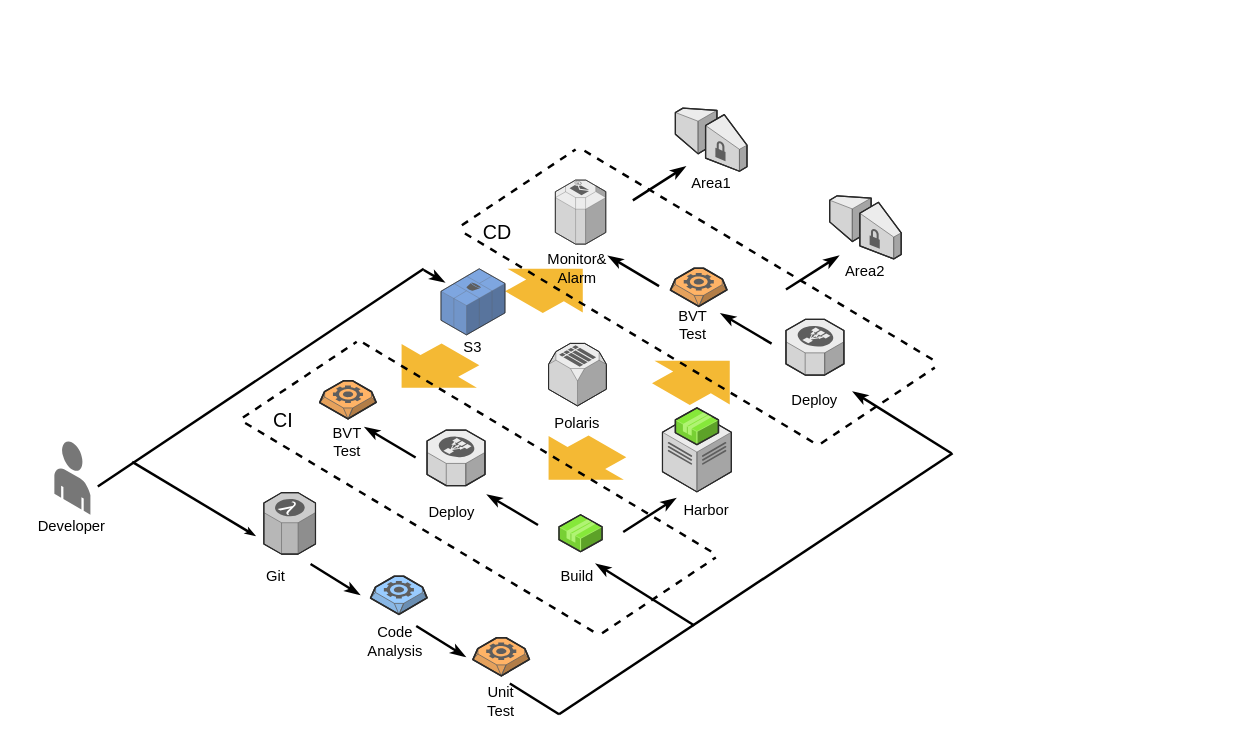
The draw.io diagram page "第 2 页" (2 of 2) of 未命名绘图.drawio in Mr-lixh/diagrams, before the edit. Source tidied: cells renumbered, new cells numbered last; positions are measured from the earlier drawing's top-left corner, leaving out a move shared by most shapes. Both pictures are drawn from the tidied source at 123%, with x=0, y=0 at pixel (47, 107).
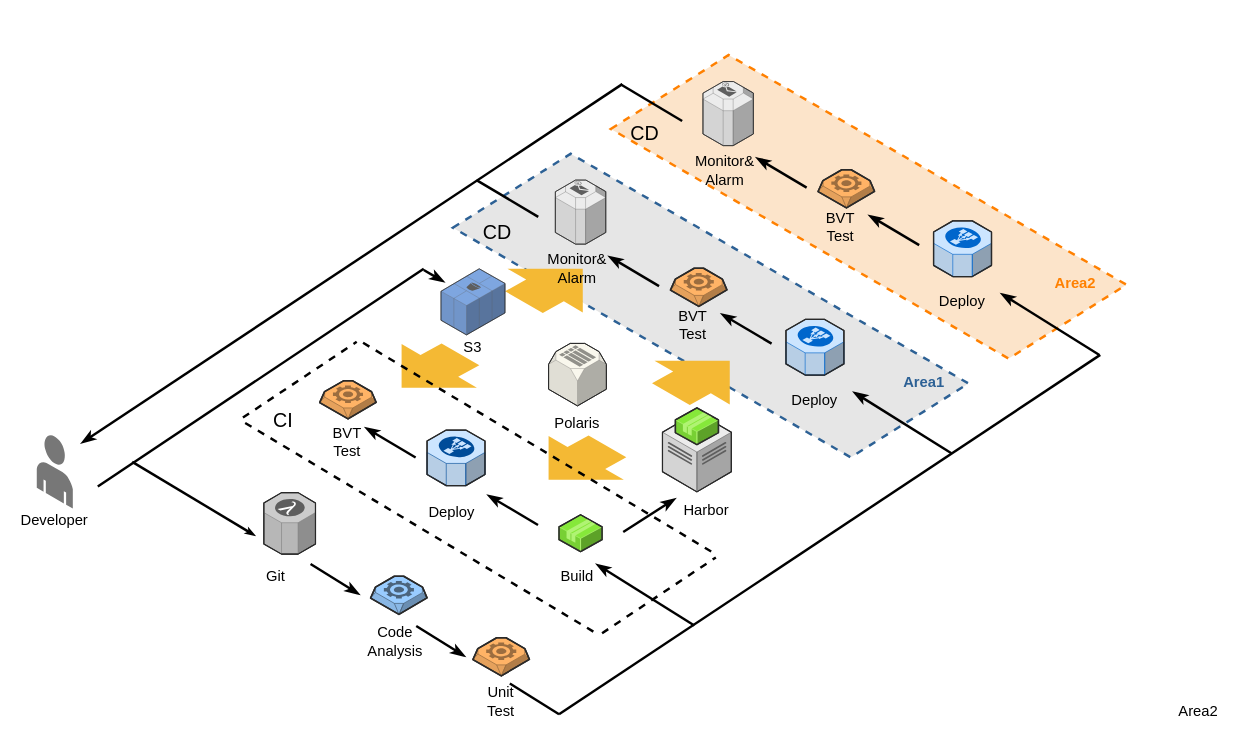
Above is the later version.

The edit, as a diff of the source:
```diff
@@
+    <mxCell id="63" style="shape=parallelogram;perimeter=parallelogramPerimeter;whiteSpace=wrap;html=1;fixedSize=1;fontSize=24;fontColor=#330000;strokeColor=#2D6195;fillColor=#E6E6E6;rotation=30;size=52.91000000000008;strokeWidth=2;dashed=1;" parent="1" vertex="1">
+      <mxGeometry x="326.1" y="111" width="426.4" height="99.9" as="geometry" />
+    </mxCell>
+    <mxCell id="3" style="verticalLabelPosition=bottom;html=1;verticalAlign=top;strokeWidth=1;align=center;dashed=0;shape=mxgraph.aws3d.flatEdge;fillColor=#000000;hachureGap=4;fontSize=16;" parent="1" vertex="1">
+      <mxGeometry x="491.6" y="205.8" width="63.2" height="36" as="geometry" />
+    </mxCell>
+    <mxCell id="5" style="verticalLabelPosition=bottom;html=1;verticalAlign=top;strokeWidth=1;align=center;dashed=0;shape=mxgraph.aws3d.flatEdge;fillColor=#000000;hachureGap=4;fontSize=16;" parent="1" vertex="1">
+      <mxGeometry x="372.1" y="131" width="63.2" height="36" as="geometry" />
+    </mxCell>
+    <mxCell id="64" style="shape=parallelogram;perimeter=parallelogramPerimeter;whiteSpace=wrap;html=1;fixedSize=1;fontSize=24;fontColor=#330000;strokeColor=#FF8000;fillColor=#FCE4CA;rotation=30;size=52.91000000000008;strokeWidth=2;dashed=1;" parent="1" vertex="1">
+      <mxGeometry x="454.5" y="30.7" width="426.4" height="99.9" as="geometry" />
+    </mxCell>
@@
-    <mxCell id="3" style="verticalLabelPosition=bottom;html=1;verticalAlign=top;strokeWidth=1;align=center;dashed=0;shape=mxgraph.aws3d.flatEdge;fillColor=#000000;hachureGap=4;fontSize=16;" parent="1" vertex="1">
-      <mxGeometry x="491.6" y="205.8" width="63.2" height="36" as="geometry" />
-    </mxCell>
@@
-    <mxCell id="5" style="verticalLabelPosition=bottom;html=1;verticalAlign=top;strokeWidth=1;align=center;dashed=0;shape=mxgraph.aws3d.flatEdge;fillColor=#000000;hachureGap=4;fontSize=16;" parent="1" vertex="1">
-      <mxGeometry x="372.1" y="131" width="63.2" height="36" as="geometry" />
-    </mxCell>
-    <mxCell id="6" style="verticalLabelPosition=bottom;html=1;verticalAlign=top;strokeWidth=1;align=center;dashed=0;shape=mxgraph.aws3d.lambda;fillColor=#CCCCCC;strokeColor=#5E5E5E;rounded=0;" parent="1" vertex="1">
+    <mxCell id="6" style="verticalLabelPosition=bottom;html=1;verticalAlign=top;strokeWidth=1;align=center;dashed=0;shape=mxgraph.aws3d.lambda;fillColor=#CCCCCC;strokeColor=#7D7D7D;rounded=0;" parent="1" vertex="1">
       <mxGeometry x="176" y="313" width="42" height="50" as="geometry" />
     </mxCell>
     <mxCell id="7" style="verticalLabelPosition=bottom;html=1;verticalAlign=top;strokeWidth=1;align=center;dashed=0;shape=mxgraph.aws3d.end_user;strokeColor=none;fillColor=#777777;rounded=0;" parent="1" vertex="1">
-      <mxGeometry x="5.7" y="271" width="29.3" height="60" as="geometry" />
+      <mxGeometry x="-8.6" y="266" width="29.3" height="60" as="geometry" />
     </mxCell>
@@
     <mxCell id="12" value="Developer" style="text;html=1;strokeColor=none;fillColor=none;align=center;verticalAlign=middle;whiteSpace=wrap;rounded=0;hachureGap=4;" parent="1" vertex="1">
-      <mxGeometry x="0.4" y="331" width="40" height="20" as="geometry" />
+      <mxGeometry x="-14" y="326" width="40" height="20" as="geometry" />
     </mxCell>
@@
-    <mxCell id="14" style="verticalLabelPosition=bottom;html=1;verticalAlign=top;strokeWidth=1;align=center;dashed=0;shape=mxgraph.aws3d.worker;fillColor=#99CCFF;strokeColor=#5E5E5E;hachureGap=4;" parent="1" vertex="1">
+    <mxCell id="14" style="verticalLabelPosition=bottom;html=1;verticalAlign=top;strokeWidth=1;align=center;dashed=0;shape=mxgraph.aws3d.worker;fillColor=#99CCFF;strokeColor=#4B647D;hachureGap=4;" parent="1" vertex="1">
       <mxGeometry x="262.8" y="381" width="45.9" height="31" as="geometry" />
     </mxCell>
@@
-    <mxCell id="16" style="verticalLabelPosition=bottom;html=1;verticalAlign=top;strokeWidth=1;align=center;dashed=0;shape=mxgraph.aws3d.worker;fillColor=#FFB366;strokeColor=#5E5E5E;hachureGap=4;" parent="1" vertex="1">
+    <mxCell id="16" style="verticalLabelPosition=bottom;html=1;verticalAlign=top;strokeWidth=1;align=center;dashed=0;shape=mxgraph.aws3d.worker;fillColor=#FFB366;strokeColor=#9C6D3F;hachureGap=4;" parent="1" vertex="1">
       <mxGeometry x="346" y="431" width="45.9" height="31" as="geometry" />
     </mxCell>
@@
     <mxCell id="21" style="endArrow=none;html=1;sourcePerimeterSpacing=8;targetPerimeterSpacing=8;strokeWidth=2;startArrow=none;startFill=0;endFill=0;" parent="1" edge="1">
       <mxGeometry relative="1" as="geometry">
         <mxPoint x="416" y="493.2" as="sourcePoint" />
-        <mxPoint x="736" y="281" as="targetPoint" />
+        <mxPoint x="856" y="201" as="targetPoint" />
       </mxGeometry>
     </mxCell>
@@
-    <mxCell id="30" style="verticalLabelPosition=bottom;html=1;verticalAlign=top;strokeWidth=1;align=center;dashed=0;shape=mxgraph.aws3d.elasticLoadBalancing;fillColor=#ECECEC;strokeColor=#5E5E5E;hachureGap=4;" parent="1" vertex="1">
+    <mxCell id="30" style="verticalLabelPosition=bottom;html=1;verticalAlign=top;strokeWidth=1;align=center;dashed=0;shape=mxgraph.aws3d.elasticLoadBalancing;hachureGap=4;fillColor=#cce5ff;strokeColor=#004C99;" parent="1" vertex="1">
       <mxGeometry x="308.7" y="262.1" width="47.1" height="45.2" as="geometry" />
     </mxCell>
@@
-    <mxCell id="32" style="verticalLabelPosition=bottom;html=1;verticalAlign=top;strokeWidth=1;align=center;dashed=0;shape=mxgraph.aws3d.worker;fillColor=#FFB366;strokeColor=#5E5E5E;hachureGap=4;" parent="1" vertex="1">
+    <mxCell id="32" style="verticalLabelPosition=bottom;html=1;verticalAlign=top;strokeWidth=1;align=center;dashed=0;shape=mxgraph.aws3d.worker;fillColor=#FFB366;strokeColor=#9C6D3F;hachureGap=4;" parent="1" vertex="1">
       <mxGeometry x="221.4" y="222.1" width="45.9" height="31" as="geometry" />
     </mxCell>
@@
-    <mxCell id="35" style="verticalLabelPosition=bottom;html=1;verticalAlign=top;strokeWidth=1;align=center;dashed=0;shape=mxgraph.aws3d.simpleDb;fillColor=#ECECEC;strokeColor=#5E5E5E;hachureGap=4;" parent="1" vertex="1">
+    <mxCell id="35" style="verticalLabelPosition=bottom;html=1;verticalAlign=top;strokeWidth=1;align=center;dashed=0;shape=mxgraph.aws3d.simpleDb;hachureGap=4;fillColor=#f9f7ed;strokeColor=#91908A;" parent="1" vertex="1">
       <mxGeometry x="407.5" y="191.7" width="47" height="50.8" as="geometry" />
     </mxCell>
@@
-    <mxCell id="43" style="verticalLabelPosition=bottom;html=1;verticalAlign=top;strokeWidth=1;align=center;dashed=0;shape=mxgraph.aws3d.elasticLoadBalancing;fillColor=#ECECEC;strokeColor=#5E5E5E;hachureGap=4;" parent="1" vertex="1">
+    <mxCell id="43" style="verticalLabelPosition=bottom;html=1;verticalAlign=top;strokeWidth=1;align=center;dashed=0;shape=mxgraph.aws3d.elasticLoadBalancing;fillColor=#cce5ff;strokeColor=#0066CC;hachureGap=4;" parent="1" vertex="1">
       <mxGeometry x="600.5" y="172.2" width="47.1" height="45.2" as="geometry" />
     </mxCell>
@@
-    <mxCell id="45" style="verticalLabelPosition=bottom;html=1;verticalAlign=top;strokeWidth=1;align=center;dashed=0;shape=mxgraph.aws3d.worker;fillColor=#FFB366;strokeColor=#5E5E5E;hachureGap=4;" parent="1" vertex="1">
+    <mxCell id="45" style="verticalLabelPosition=bottom;html=1;verticalAlign=top;strokeWidth=1;align=center;dashed=0;shape=mxgraph.aws3d.worker;fillColor=#FFB366;strokeColor=#9C6D3F;hachureGap=4;" parent="1" vertex="1">
       <mxGeometry x="506.6" y="130.6" width="45.9" height="31" as="geometry" />
     </mxCell>
@@
-    <mxCell id="52" style="endArrow=none;html=1;startSize=2;endSize=2;sourcePerimeterSpacing=8;targetPerimeterSpacing=8;strokeWidth=2;endFill=0;startArrow=none;startFill=0;dashed=1;" parent="1" edge="1">
-      <mxGeometry relative="1" as="geometry">
-        <mxPoint x="719.7" y="204.8" as="sourcePoint" />
-        <mxPoint x="436" y="34.7" as="targetPoint" />
-      </mxGeometry>
-    </mxCell>
-    <mxCell id="53" style="endArrow=none;html=1;startSize=2;endSize=2;sourcePerimeterSpacing=8;targetPerimeterSpacing=8;strokeWidth=2;endFill=0;startArrow=none;startFill=0;dashed=1;" parent="1" edge="1">
-      <mxGeometry relative="1" as="geometry">
-        <mxPoint x="622.5" y="272" as="sourcePoint" />
-        <mxPoint x="338.8" y="101.9" as="targetPoint" />
-      </mxGeometry>
-    </mxCell>
-    <mxCell id="54" style="endArrow=none;html=1;sourcePerimeterSpacing=8;targetPerimeterSpacing=8;strokeWidth=2;startArrow=none;startFill=0;endFill=0;dashed=1;" parent="1" edge="1">
-      <mxGeometry relative="1" as="geometry">
-        <mxPoint x="629" y="273" as="sourcePoint" />
-        <mxPoint x="721.5" y="211.4" as="targetPoint" />
-      </mxGeometry>
-    </mxCell>
-    <mxCell id="55" style="endArrow=none;html=1;sourcePerimeterSpacing=8;targetPerimeterSpacing=8;strokeWidth=2;startArrow=none;startFill=0;endFill=0;dashed=1;" parent="1" edge="1">
-      <mxGeometry relative="1" as="geometry">
-        <mxPoint x="337" y="95.6" as="sourcePoint" />
-        <mxPoint x="429.5" y="34" as="targetPoint" />
-      </mxGeometry>
-    </mxCell>
@@
-    <mxCell id="57" value="Area1" style="text;html=1;strokeColor=none;fillColor=none;align=center;verticalAlign=middle;whiteSpace=wrap;rounded=0;hachureGap=4;" parent="1" vertex="1">
-      <mxGeometry x="519.7" y="51.7" width="40" height="20" as="geometry" />
+    <mxCell id="57" value="Area1" style="text;html=1;strokeColor=none;fillColor=none;align=center;verticalAlign=middle;whiteSpace=wrap;rounded=0;hachureGap=4;fontColor=#2d6195;fontStyle=1;" parent="1" vertex="1">
+      <mxGeometry x="693" y="213.8" width="40" height="20" as="geometry" />
     </mxCell>
     <mxCell id="58" value="Area2" style="text;html=1;strokeColor=none;fillColor=none;align=center;verticalAlign=middle;whiteSpace=wrap;rounded=0;hachureGap=4;" parent="1" vertex="1">
-      <mxGeometry x="645.1" y="123" width="40" height="20" as="geometry" />
+      <mxGeometry x="916" y="481" width="40" height="20" as="geometry" />
     </mxCell>
-    <mxCell id="59" style="endArrow=classicThin;html=1;sourcePerimeterSpacing=8;targetPerimeterSpacing=8;strokeWidth=2;startArrow=none;startFill=0;endFill=1;" parent="1" edge="1">
-      <mxGeometry relative="1" as="geometry">
-        <mxPoint x="600.5" y="147.9" as="sourcePoint" />
-        <mxPoint x="643.4" y="120.6" as="targetPoint" />
-      </mxGeometry>
-    </mxCell>
-    <mxCell id="60" style="endArrow=classicThin;html=1;sourcePerimeterSpacing=8;targetPerimeterSpacing=8;strokeWidth=2;startArrow=none;startFill=0;endFill=1;" parent="1" edge="1">
-      <mxGeometry relative="1" as="geometry">
-        <mxPoint x="476" y="75.4" as="sourcePoint" />
-        <mxPoint x="518.8" y="48" as="targetPoint" />
-      </mxGeometry>
-    </mxCell>
-    <mxCell id="61" style="verticalLabelPosition=bottom;html=1;verticalAlign=top;strokeWidth=1;align=center;dashed=0;shape=mxgraph.aws3d.vpcGateway;fillColor=#ECECEC;strokeColor=#5E5E5E;" parent="1" vertex="1">
-      <mxGeometry x="510.6" y="0.4" width="58.2" height="51.3" as="geometry" />
-    </mxCell>
-    <mxCell id="62" style="verticalLabelPosition=bottom;html=1;verticalAlign=top;strokeWidth=1;align=center;dashed=0;shape=mxgraph.aws3d.vpcGateway;fillColor=#ECECEC;strokeColor=#5E5E5E;" parent="1" vertex="1">
-      <mxGeometry x="636" y="71.7" width="58.2" height="51.3" as="geometry" />
-    </mxCell>
+    <mxCell id="65" style="endArrow=none;html=1;sourcePerimeterSpacing=8;targetPerimeterSpacing=8;strokeWidth=2;startArrow=classicThin;startFill=1;endFill=0;" parent="1" edge="1">
+      <mxGeometry relative="1" as="geometry">
+        <mxPoint x="775" y="150.9" as="sourcePoint" />
+        <mxPoint x="855" y="200.9" as="targetPoint" />
+      </mxGeometry>
+    </mxCell>
+    <mxCell id="66" style="verticalLabelPosition=bottom;html=1;verticalAlign=top;strokeWidth=1;align=center;dashed=0;shape=mxgraph.aws3d.elasticLoadBalancing;fillColor=#cce5ff;strokeColor=#0066CC;hachureGap=4;" parent="1" vertex="1">
+      <mxGeometry x="720.5" y="92.1" width="47.1" height="45.2" as="geometry" />
+    </mxCell>
+    <mxCell id="67" value="Deploy" style="text;html=1;strokeColor=none;fillColor=none;align=center;verticalAlign=middle;whiteSpace=wrap;rounded=0;hachureGap=4;" parent="1" vertex="1">
+      <mxGeometry x="724.1" y="147.5" width="40" height="20" as="geometry" />
+    </mxCell>
+    <mxCell id="68" style="verticalLabelPosition=bottom;html=1;verticalAlign=top;strokeWidth=1;align=center;dashed=0;shape=mxgraph.aws3d.worker;fillColor=#FFB366;strokeColor=#9C6D3F;hachureGap=4;" parent="1" vertex="1">
+      <mxGeometry x="626.6" y="50.5" width="45.9" height="31" as="geometry" />
+    </mxCell>
+    <mxCell id="69" style="endArrow=none;html=1;sourcePerimeterSpacing=8;targetPerimeterSpacing=8;strokeWidth=2;startArrow=classicThin;startFill=1;endFill=0;" parent="1" edge="1">
+      <mxGeometry relative="1" as="geometry">
+        <mxPoint x="667.5" y="87.3" as="sourcePoint" />
+        <mxPoint x="708.8" y="111.8" as="targetPoint" />
+      </mxGeometry>
+    </mxCell>
+    <mxCell id="70" value="BVT&lt;br&gt;Test" style="text;html=1;strokeColor=none;fillColor=none;align=center;verticalAlign=middle;whiteSpace=wrap;rounded=0;hachureGap=4;" parent="1" vertex="1">
+      <mxGeometry x="624.5" y="87.3" width="40" height="20" as="geometry" />
+    </mxCell>
+    <mxCell id="71" style="verticalLabelPosition=bottom;html=1;verticalAlign=top;strokeWidth=1;align=center;dashed=0;shape=mxgraph.aws3d.email_service;fillColor=#ECECEC;strokeColor=#5E5E5E;hachureGap=4;fontSize=16;" parent="1" vertex="1">
+      <mxGeometry x="533" y="-21.2" width="41" height="52.1" as="geometry" />
+    </mxCell>
+    <mxCell id="72" style="endArrow=none;html=1;sourcePerimeterSpacing=8;targetPerimeterSpacing=8;strokeWidth=2;startArrow=classicThin;startFill=1;endFill=0;" parent="1" edge="1">
+      <mxGeometry relative="1" as="geometry">
+        <mxPoint x="576" y="40.5" as="sourcePoint" />
+        <mxPoint x="617.3" y="65" as="targetPoint" />
+      </mxGeometry>
+    </mxCell>
+    <mxCell id="73" value="Monitor&amp;amp;&lt;br&gt;Alarm" style="text;html=1;strokeColor=none;fillColor=none;align=center;verticalAlign=middle;whiteSpace=wrap;rounded=0;hachureGap=4;" parent="1" vertex="1">
+      <mxGeometry x="531" y="40.5" width="40" height="20" as="geometry" />
+    </mxCell>
+    <mxCell id="74" value="CD" style="text;html=1;strokeColor=none;fillColor=none;align=center;verticalAlign=middle;whiteSpace=wrap;rounded=0;hachureGap=4;fontSize=16;" parent="1" vertex="1">
+      <mxGeometry x="466" y="10.9" width="40" height="20" as="geometry" />
+    </mxCell>
+    <mxCell id="75" value="Area2" style="text;html=1;strokeColor=none;fillColor=none;align=center;verticalAlign=middle;whiteSpace=wrap;rounded=0;hachureGap=4;fontColor=#FF8000;fontStyle=1;" parent="1" vertex="1">
+      <mxGeometry x="816" y="133.3" width="40" height="20" as="geometry" />
+    </mxCell>
+    <mxCell id="76" style="endArrow=none;html=1;sourcePerimeterSpacing=8;targetPerimeterSpacing=8;strokeWidth=2;startArrow=classicThin;startFill=1;endFill=0;" parent="1" edge="1">
+      <mxGeometry relative="1" as="geometry">
+        <mxPoint x="27.3" y="273" as="sourcePoint" />
+        <mxPoint x="467.4" y="-19.1" as="targetPoint" />
+      </mxGeometry>
+    </mxCell>
+    <mxCell id="77" style="endArrow=none;html=1;sourcePerimeterSpacing=8;targetPerimeterSpacing=8;strokeWidth=2;startArrow=none;startFill=0;endFill=0;" parent="1" edge="1">
+      <mxGeometry relative="1" as="geometry">
+        <mxPoint x="466" y="-19" as="sourcePoint" />
+        <mxPoint x="516.1" y="10.9" as="targetPoint" />
+      </mxGeometry>
+    </mxCell>
+    <mxCell id="78" style="endArrow=none;html=1;sourcePerimeterSpacing=8;targetPerimeterSpacing=8;strokeWidth=2;startArrow=none;startFill=0;endFill=0;" parent="1" edge="1">
+      <mxGeometry relative="1" as="geometry">
+        <mxPoint x="348.9" y="58.9" as="sourcePoint" />
+        <mxPoint x="399.1" y="88.8" as="targetPoint" />
+      </mxGeometry>
+    </mxCell>
```
